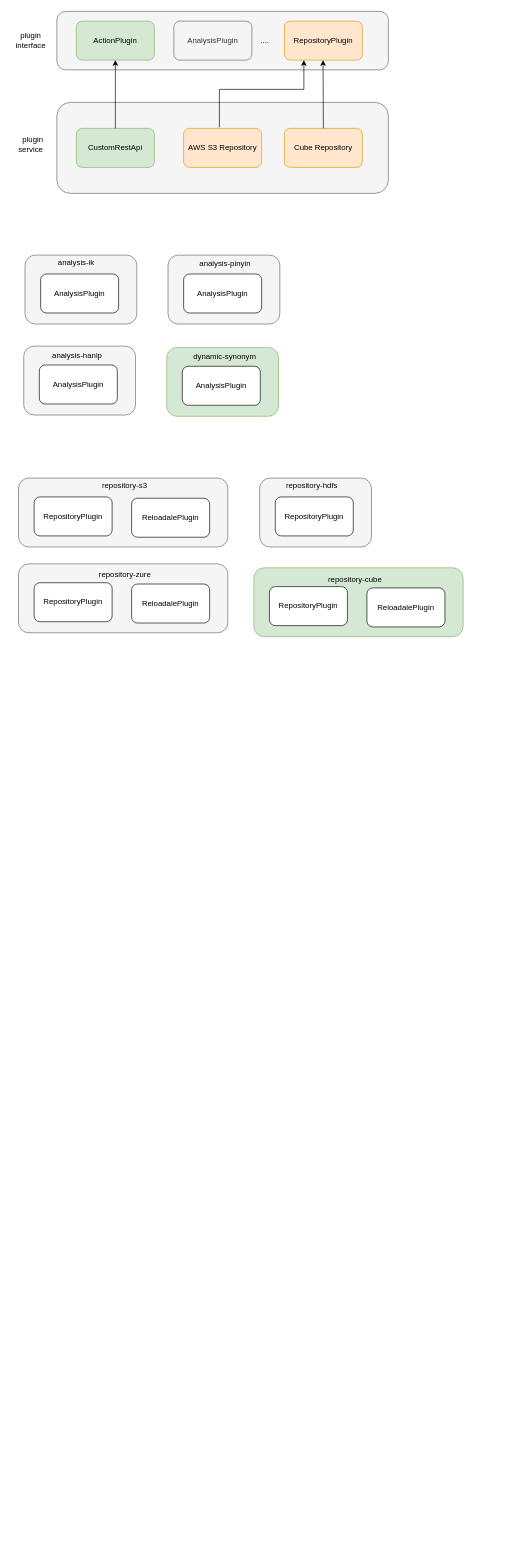
kingskipper/design keeps this draw.io diagram as elasticsearch/cubefs/未命名绘图.drawio. Above is the earlier version. Source tidied: cells renumbered, new cells numbered last; positions are measured from the earlier drawing's top-left corner, leaving out a move shared by most shapes. Both pictures are drawn from the tidied source at 65%, with x=0, y=0 at pixel (11, 11).
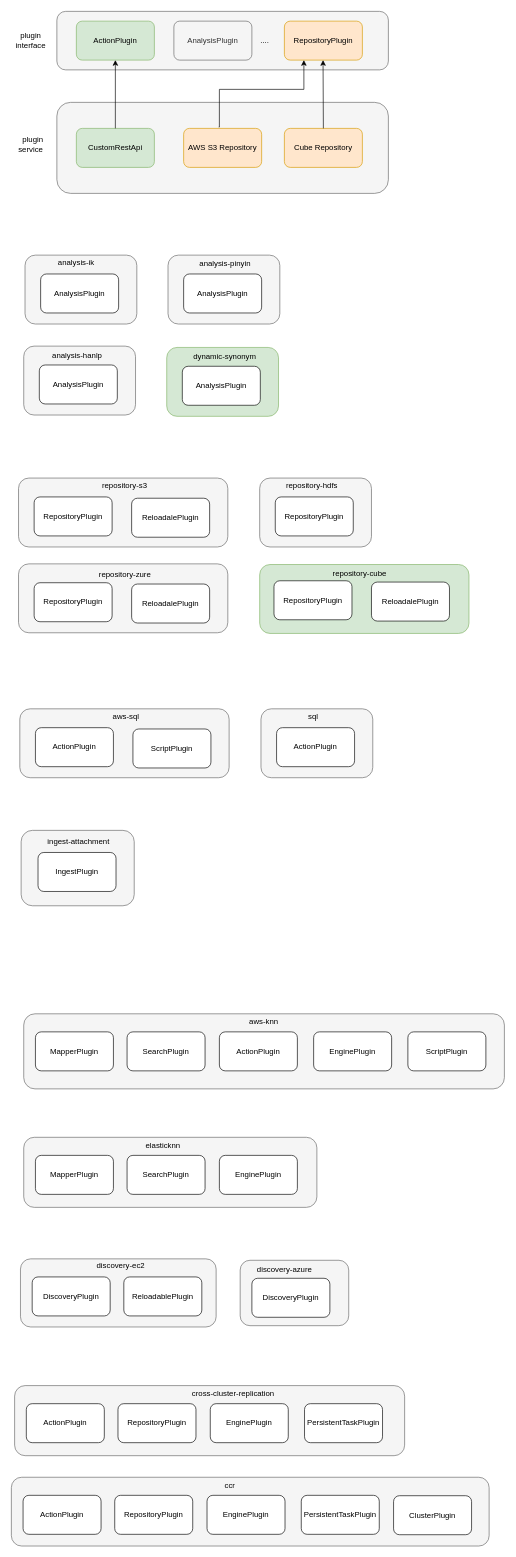
The same page after the edit.

Commit message:
更新未命名绘图.drawio

What changed in the source:
```diff
@@
     <mxCell id="33" style="rounded=1;whiteSpace=wrap;html=1;fillColor=#d5e8d4;strokeColor=#82b366;" parent="1" vertex="1">
-      <mxGeometry x="373" y="856" width="322" height="106" as="geometry" />
+      <mxGeometry x="382" y="851" width="322" height="106" as="geometry" />
     </mxCell>
     <mxCell id="34" value="RepositoryPlugin" style="rounded=1;whiteSpace=wrap;html=1;" parent="1" vertex="1">
-      <mxGeometry x="397" y="885" width="120" height="60" as="geometry" />
+      <mxGeometry x="404" y="876" width="120" height="60" as="geometry" />
     </mxCell>
     <mxCell id="35" value="ReloadalePlugin" style="rounded=1;whiteSpace=wrap;html=1;" parent="1" vertex="1">
-      <mxGeometry x="547" y="887" width="120" height="60" as="geometry" />
+      <mxGeometry x="554" y="878" width="120" height="60" as="geometry" />
     </mxCell>
     <mxCell id="36" value="repository-cube" style="text;html=1;strokeColor=none;fillColor=none;align=center;verticalAlign=middle;whiteSpace=wrap;rounded=0;" parent="1" vertex="1">
-      <mxGeometry x="480" y="859" width="98" height="30" as="geometry" />
+      <mxGeometry x="487" y="850" width="98" height="30" as="geometry" />
     </mxCell>
@@
+    <mxCell id="43" style="rounded=1;whiteSpace=wrap;html=1;fillColor=#f5f5f5;fontColor=#333333;strokeColor=#666666;" parent="1" vertex="1">
+      <mxGeometry x="13" y="1073" width="322" height="106" as="geometry" />
+    </mxCell>
+    <mxCell id="44" value="aws-sql" style="text;html=1;strokeColor=none;fillColor=none;align=center;verticalAlign=middle;whiteSpace=wrap;rounded=0;" parent="1" vertex="1">
+      <mxGeometry x="136" y="1070" width="81" height="30" as="geometry" />
+    </mxCell>
+    <mxCell id="45" value="ActionPlugin" style="rounded=1;whiteSpace=wrap;html=1;" parent="1" vertex="1">
+      <mxGeometry x="37" y="1102" width="120" height="60" as="geometry" />
+    </mxCell>
+    <mxCell id="46" value="ScriptPlugin" style="rounded=1;whiteSpace=wrap;html=1;" parent="1" vertex="1">
+      <mxGeometry x="187" y="1104" width="120" height="60" as="geometry" />
+    </mxCell>
+    <mxCell id="47" style="rounded=1;whiteSpace=wrap;html=1;fillColor=#f5f5f5;fontColor=#333333;strokeColor=#666666;" parent="1" vertex="1">
+      <mxGeometry x="384" y="1073" width="172" height="106" as="geometry" />
+    </mxCell>
+    <mxCell id="48" value="sql" style="text;html=1;strokeColor=none;fillColor=none;align=center;verticalAlign=middle;whiteSpace=wrap;rounded=0;" parent="1" vertex="1">
+      <mxGeometry x="418" y="1070" width="93" height="30" as="geometry" />
+    </mxCell>
+    <mxCell id="49" value="ActionPlugin" style="rounded=1;whiteSpace=wrap;html=1;" parent="1" vertex="1">
+      <mxGeometry x="408" y="1102" width="120" height="60" as="geometry" />
+    </mxCell>
+    <mxCell id="50" style="rounded=1;whiteSpace=wrap;html=1;fillColor=#f5f5f5;fontColor=#333333;strokeColor=#666666;" parent="1" vertex="1">
+      <mxGeometry x="19" y="1542.2" width="739.5" height="115.5" as="geometry" />
+    </mxCell>
+    <mxCell id="51" value="aws-knn" style="text;html=1;strokeColor=none;fillColor=none;align=center;verticalAlign=middle;whiteSpace=wrap;rounded=0;" parent="1" vertex="1">
+      <mxGeometry x="348.2" y="1540" width="81" height="30" as="geometry" />
+    </mxCell>
+    <mxCell id="52" value="MapperPlugin" style="rounded=1;whiteSpace=wrap;html=1;" parent="1" vertex="1">
+      <mxGeometry x="37" y="1570" width="120" height="60" as="geometry" />
+    </mxCell>
+    <mxCell id="53" value="SearchPlugin" style="rounded=1;whiteSpace=wrap;html=1;" parent="1" vertex="1">
+      <mxGeometry x="178" y="1570" width="120" height="60" as="geometry" />
+    </mxCell>
+    <mxCell id="54" value="ActionPlugin" style="rounded=1;whiteSpace=wrap;html=1;" parent="1" vertex="1">
+      <mxGeometry x="320" y="1570" width="120" height="60" as="geometry" />
+    </mxCell>
+    <mxCell id="55" value="EnginePlugin" style="rounded=1;whiteSpace=wrap;html=1;" parent="1" vertex="1">
+      <mxGeometry x="465" y="1570" width="120" height="60" as="geometry" />
+    </mxCell>
+    <mxCell id="56" value="ScriptPlugin" style="rounded=1;whiteSpace=wrap;html=1;" parent="1" vertex="1">
+      <mxGeometry x="610" y="1570" width="120" height="60" as="geometry" />
+    </mxCell>
+    <mxCell id="57" style="rounded=1;whiteSpace=wrap;html=1;fillColor=#f5f5f5;fontColor=#333333;strokeColor=#666666;" parent="1" vertex="1">
+      <mxGeometry x="19" y="1732.2" width="451" height="107.8" as="geometry" />
+    </mxCell>
+    <mxCell id="58" value="elasticknn" style="text;html=1;strokeColor=none;fillColor=none;align=center;verticalAlign=middle;whiteSpace=wrap;rounded=0;" parent="1" vertex="1">
+      <mxGeometry x="193" y="1730" width="81" height="30" as="geometry" />
+    </mxCell>
+    <mxCell id="59" value="MapperPlugin" style="rounded=1;whiteSpace=wrap;html=1;" parent="1" vertex="1">
+      <mxGeometry x="37" y="1760" width="120" height="60" as="geometry" />
+    </mxCell>
+    <mxCell id="60" value="SearchPlugin" style="rounded=1;whiteSpace=wrap;html=1;" parent="1" vertex="1">
+      <mxGeometry x="178" y="1760" width="120" height="60" as="geometry" />
+    </mxCell>
+    <mxCell id="61" value="EnginePlugin" style="rounded=1;whiteSpace=wrap;html=1;" parent="1" vertex="1">
+      <mxGeometry x="320" y="1760" width="120" height="60" as="geometry" />
+    </mxCell>
+    <mxCell id="62" style="rounded=1;whiteSpace=wrap;html=1;fillColor=#f5f5f5;fontColor=#333333;strokeColor=#666666;" parent="1" vertex="1">
+      <mxGeometry x="15" y="1260" width="174" height="116" as="geometry" />
+    </mxCell>
+    <mxCell id="63" value="ingest-attachment" style="text;html=1;strokeColor=none;fillColor=none;align=center;verticalAlign=middle;whiteSpace=wrap;rounded=0;" parent="1" vertex="1">
+      <mxGeometry x="51" y="1262" width="105" height="30" as="geometry" />
+    </mxCell>
+    <mxCell id="64" value="IngestPlugin" style="rounded=1;whiteSpace=wrap;html=1;" parent="1" vertex="1">
+      <mxGeometry x="41" y="1294" width="120" height="60" as="geometry" />
+    </mxCell>
+    <mxCell id="65" style="rounded=1;whiteSpace=wrap;html=1;fillColor=#f5f5f5;fontColor=#333333;strokeColor=#666666;" parent="1" vertex="1">
+      <mxGeometry x="14" y="1919.2" width="301" height="104.8" as="geometry" />
+    </mxCell>
+    <mxCell id="66" value="discovery-ec2" style="text;html=1;strokeColor=none;fillColor=none;align=center;verticalAlign=middle;whiteSpace=wrap;rounded=0;" parent="1" vertex="1">
+      <mxGeometry x="128" y="1915" width="81" height="30" as="geometry" />
+    </mxCell>
+    <mxCell id="67" value="DiscoveryPlugin" style="rounded=1;whiteSpace=wrap;html=1;" parent="1" vertex="1">
+      <mxGeometry x="32" y="1947" width="120" height="60" as="geometry" />
+    </mxCell>
+    <mxCell id="68" value="ReloadablePlugin" style="rounded=1;whiteSpace=wrap;html=1;" parent="1" vertex="1">
+      <mxGeometry x="173" y="1947" width="120" height="60" as="geometry" />
+    </mxCell>
+    <mxCell id="69" style="rounded=1;whiteSpace=wrap;html=1;fillColor=#f5f5f5;fontColor=#333333;strokeColor=#666666;" parent="1" vertex="1">
+      <mxGeometry x="352" y="1921.4" width="167" height="100.6" as="geometry" />
+    </mxCell>
+    <mxCell id="70" value="discovery-azure" style="text;html=1;strokeColor=none;fillColor=none;align=center;verticalAlign=middle;whiteSpace=wrap;rounded=0;" parent="1" vertex="1">
+      <mxGeometry x="354" y="1921.4" width="133" height="30" as="geometry" />
+    </mxCell>
+    <mxCell id="71" value="DiscoveryPlugin" style="rounded=1;whiteSpace=wrap;html=1;" parent="1" vertex="1">
+      <mxGeometry x="370" y="1949.1" width="120" height="60" as="geometry" />
+    </mxCell>
+    <mxCell id="72" style="rounded=1;whiteSpace=wrap;html=1;fillColor=#f5f5f5;fontColor=#333333;strokeColor=#666666;" parent="1" vertex="1">
+      <mxGeometry x="5" y="2114.2" width="600" height="107.8" as="geometry" />
+    </mxCell>
+    <mxCell id="73" value="cross-cluster-replication" style="text;html=1;strokeColor=none;fillColor=none;align=center;verticalAlign=middle;whiteSpace=wrap;rounded=0;" parent="1" vertex="1">
+      <mxGeometry x="268" y="2112" width="147.2" height="30" as="geometry" />
+    </mxCell>
+    <mxCell id="74" value="ActionPlugin" style="rounded=1;whiteSpace=wrap;html=1;" parent="1" vertex="1">
+      <mxGeometry x="23" y="2142" width="120" height="60" as="geometry" />
+    </mxCell>
+    <mxCell id="75" value="RepositoryPlugin" style="rounded=1;whiteSpace=wrap;html=1;" parent="1" vertex="1">
+      <mxGeometry x="164" y="2142" width="120" height="60" as="geometry" />
+    </mxCell>
+    <mxCell id="76" value="EnginePlugin" style="rounded=1;whiteSpace=wrap;html=1;" parent="1" vertex="1">
+      <mxGeometry x="306" y="2142" width="120" height="60" as="geometry" />
+    </mxCell>
+    <mxCell id="77" value="PersistentTaskPlugin" style="rounded=1;whiteSpace=wrap;html=1;" parent="1" vertex="1">
+      <mxGeometry x="451" y="2142" width="120" height="60" as="geometry" />
+    </mxCell>
+    <mxCell id="78" style="rounded=1;whiteSpace=wrap;html=1;fillColor=#f5f5f5;fontColor=#333333;strokeColor=#666666;" parent="1" vertex="1">
+      <mxGeometry y="2255.2" width="735" height="105.8" as="geometry" />
+    </mxCell>
+    <mxCell id="79" value="ccr" style="text;html=1;strokeColor=none;fillColor=none;align=center;verticalAlign=middle;whiteSpace=wrap;rounded=0;" parent="1" vertex="1">
+      <mxGeometry x="263" y="2253" width="147.2" height="30" as="geometry" />
+    </mxCell>
+    <mxCell id="80" value="ActionPlugin" style="rounded=1;whiteSpace=wrap;html=1;" parent="1" vertex="1">
+      <mxGeometry x="18" y="2283" width="120" height="60" as="geometry" />
+    </mxCell>
+    <mxCell id="81" value="RepositoryPlugin" style="rounded=1;whiteSpace=wrap;html=1;" parent="1" vertex="1">
+      <mxGeometry x="159" y="2283" width="120" height="60" as="geometry" />
+    </mxCell>
+    <mxCell id="82" value="EnginePlugin" style="rounded=1;whiteSpace=wrap;html=1;" parent="1" vertex="1">
+      <mxGeometry x="301" y="2283" width="120" height="60" as="geometry" />
+    </mxCell>
+    <mxCell id="83" value="PersistentTaskPlugin" style="rounded=1;whiteSpace=wrap;html=1;" parent="1" vertex="1">
+      <mxGeometry x="446" y="2283" width="120" height="60" as="geometry" />
+    </mxCell>
+    <mxCell id="84" value="ClusterPlugin" style="rounded=1;whiteSpace=wrap;html=1;" parent="1" vertex="1">
+      <mxGeometry x="588" y="2283.6" width="120" height="60" as="geometry" />
+    </mxCell>
```
